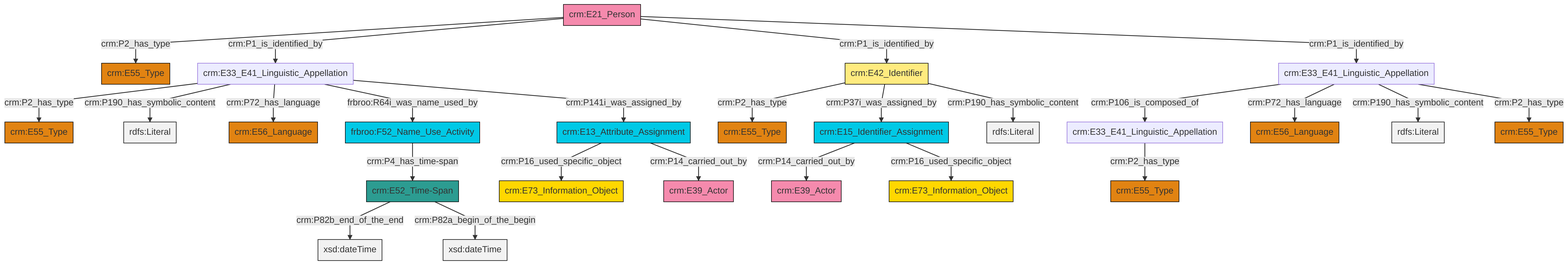
Earlier version of the Mermaid export et/personCSV/ttl/mmd/png/Person_Names_and_Classification.png (swiss-art-research-net/reference-data-models). Its source is kept beside it as et/personCSV/ttl/mmd/Person_Names_and_Classification.ttl.mmd.
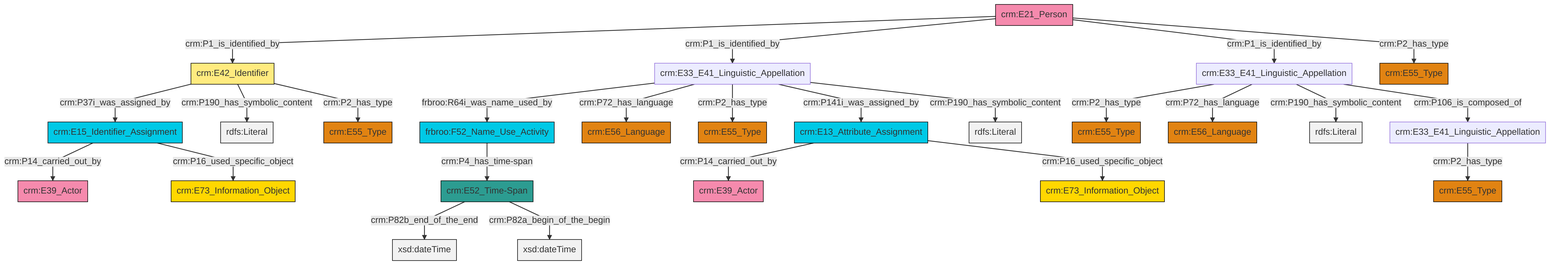
Later version of the same file.

Change to the diagram source:
```diff
@@ -13,27 +13,27 @@
 classDef PC_Classes fill:#4ce600, stroke:#000000;
 classDef Multi fill:#cccccc,stroke:#000000;
 
-6["crm:E42_Identifier"]:::Appellation -->|crm:P2_has_type| 7["crm:E55_Type"]:::Type
-8["crm:E33_E41_Linguistic_Appellation"]:::Default -->|crm:P2_has_type| 2["crm:E55_Type"]:::Type
-0["crm:E52_Time-Span"]:::Time-Span -->|crm:P82b_end_of_the_end| 11[xsd:dateTime]:::Literal
-14["crm:E21_Person"]:::Actor -->|crm:P2_has_type| 15["crm:E55_Type"]:::Type
-8["crm:E33_E41_Linguistic_Appellation"]:::Default -->|crm:P190_has_symbolic_content| 24[rdfs:Literal]:::Literal
-8["crm:E33_E41_Linguistic_Appellation"]:::Default -->|crm:P72_has_language| 25["crm:E56_Language"]:::Type
-6["crm:E42_Identifier"]:::Appellation -->|crm:P37i_was_assigned_by| 9["crm:E15_Identifier_Assignment"]:::Temporal_Entity
-0["crm:E52_Time-Span"]:::Time-Span -->|crm:P82a_begin_of_the_begin| 27[xsd:dateTime]:::Literal
-14["crm:E21_Person"]:::Actor -->|crm:P1_is_identified_by| 8["crm:E33_E41_Linguistic_Appellation"]:::Default
-31["crm:E13_Attribute_Assignment"]:::Temporal_Entity -->|crm:P16_used_specific_object| 17["crm:E73_Information_Object"]:::Conceptual_Object
-12["crm:E33_E41_Linguistic_Appellation"]:::Default -->|crm:P2_has_type| 34["crm:E55_Type"]:::Type
-20["crm:E33_E41_Linguistic_Appellation"]:::Default -->|crm:P106_is_composed_of| 12["crm:E33_E41_Linguistic_Appellation"]:::Default
-8["crm:E33_E41_Linguistic_Appellation"]:::Default -->|frbroo:R64i_was_name_used_by| 35["frbroo:F52_Name_Use_Activity"]:::Temporal_Entity
-20["crm:E33_E41_Linguistic_Appellation"]:::Default -->|crm:P72_has_language| 28["crm:E56_Language"]:::Type
-9["crm:E15_Identifier_Assignment"]:::Temporal_Entity -->|crm:P14_carried_out_by| 36["crm:E39_Actor"]:::Actor
-8["crm:E33_E41_Linguistic_Appellation"]:::Default -->|crm:P141i_was_assigned_by| 31["crm:E13_Attribute_Assignment"]:::Temporal_Entity
-20["crm:E33_E41_Linguistic_Appellation"]:::Default -->|crm:P190_has_symbolic_content| 39[rdfs:Literal]:::Literal
-14["crm:E21_Person"]:::Actor -->|crm:P1_is_identified_by| 6["crm:E42_Identifier"]:::Appellation
-14["crm:E21_Person"]:::Actor -->|crm:P1_is_identified_by| 20["crm:E33_E41_Linguistic_Appellation"]:::Default
-31["crm:E13_Attribute_Assignment"]:::Temporal_Entity -->|crm:P14_carried_out_by| 41["crm:E39_Actor"]:::Actor
-6["crm:E42_Identifier"]:::Appellation -->|crm:P190_has_symbolic_content| 43[rdfs:Literal]:::Literal
-9["crm:E15_Identifier_Assignment"]:::Temporal_Entity -->|crm:P16_used_specific_object| 22["crm:E73_Information_Object"]:::Conceptual_Object
-35["frbroo:F52_Name_Use_Activity"]:::Temporal_Entity -->|crm:P4_has_time-span| 0["crm:E52_Time-Span"]:::Time-Span
-20["crm:E33_E41_Linguistic_Appellation"]:::Default -->|crm:P2_has_type| 4["crm:E55_Type"]:::Type
+12["crm:E52_Time-Span"]:::Time-Span -->|crm:P82b_end_of_the_end| 13[xsd:dateTime]:::Literal
+14["crm:E42_Identifier"]:::Appellation -->|crm:P37i_was_assigned_by| 15["crm:E15_Identifier_Assignment"]:::Temporal_Entity
+14["crm:E42_Identifier"]:::Appellation -->|crm:P190_has_symbolic_content| 16[rdfs:Literal]:::Literal
+2["crm:E33_E41_Linguistic_Appellation"]:::Default -->|frbroo:R64i_was_name_used_by| 17["frbroo:F52_Name_Use_Activity"]:::Temporal_Entity
+17["frbroo:F52_Name_Use_Activity"]:::Temporal_Entity -->|crm:P4_has_time-span| 12["crm:E52_Time-Span"]:::Time-Span
+15["crm:E15_Identifier_Assignment"]:::Temporal_Entity -->|crm:P14_carried_out_by| 0["crm:E39_Actor"]:::Actor
+20["crm:E21_Person"]:::Actor -->|crm:P1_is_identified_by| 14["crm:E42_Identifier"]:::Appellation
+2["crm:E33_E41_Linguistic_Appellation"]:::Default -->|crm:P72_has_language| 4["crm:E56_Language"]:::Type
+15["crm:E15_Identifier_Assignment"]:::Temporal_Entity -->|crm:P16_used_specific_object| 24["crm:E73_Information_Object"]:::Conceptual_Object
+20["crm:E21_Person"]:::Actor -->|crm:P1_is_identified_by| 2["crm:E33_E41_Linguistic_Appellation"]:::Default
+2["crm:E33_E41_Linguistic_Appellation"]:::Default -->|crm:P2_has_type| 22["crm:E55_Type"]:::Type
+18["crm:E33_E41_Linguistic_Appellation"]:::Default -->|crm:P2_has_type| 25["crm:E55_Type"]:::Type
+12["crm:E52_Time-Span"]:::Time-Span -->|crm:P82a_begin_of_the_begin| 28[xsd:dateTime]:::Literal
+2["crm:E33_E41_Linguistic_Appellation"]:::Default -->|crm:P141i_was_assigned_by| 8["crm:E13_Attribute_Assignment"]:::Temporal_Entity
+2["crm:E33_E41_Linguistic_Appellation"]:::Default -->|crm:P190_has_symbolic_content| 35[rdfs:Literal]:::Literal
+20["crm:E21_Person"]:::Actor -->|crm:P1_is_identified_by| 18["crm:E33_E41_Linguistic_Appellation"]:::Default
+18["crm:E33_E41_Linguistic_Appellation"]:::Default -->|crm:P72_has_language| 38["crm:E56_Language"]:::Type
+18["crm:E33_E41_Linguistic_Appellation"]:::Default -->|crm:P190_has_symbolic_content| 41[rdfs:Literal]:::Literal
+14["crm:E42_Identifier"]:::Appellation -->|crm:P2_has_type| 6["crm:E55_Type"]:::Type
+29["crm:E33_E41_Linguistic_Appellation"]:::Default -->|crm:P2_has_type| 33["crm:E55_Type"]:::Type
+8["crm:E13_Attribute_Assignment"]:::Temporal_Entity -->|crm:P14_carried_out_by| 26["crm:E39_Actor"]:::Actor
+20["crm:E21_Person"]:::Actor -->|crm:P2_has_type| 10["crm:E55_Type"]:::Type
+8["crm:E13_Attribute_Assignment"]:::Temporal_Entity -->|crm:P16_used_specific_object| 45["crm:E73_Information_Object"]:::Conceptual_Object
+18["crm:E33_E41_Linguistic_Appellation"]:::Default -->|crm:P106_is_composed_of| 29["crm:E33_E41_Linguistic_Appellation"]:::Default
```
